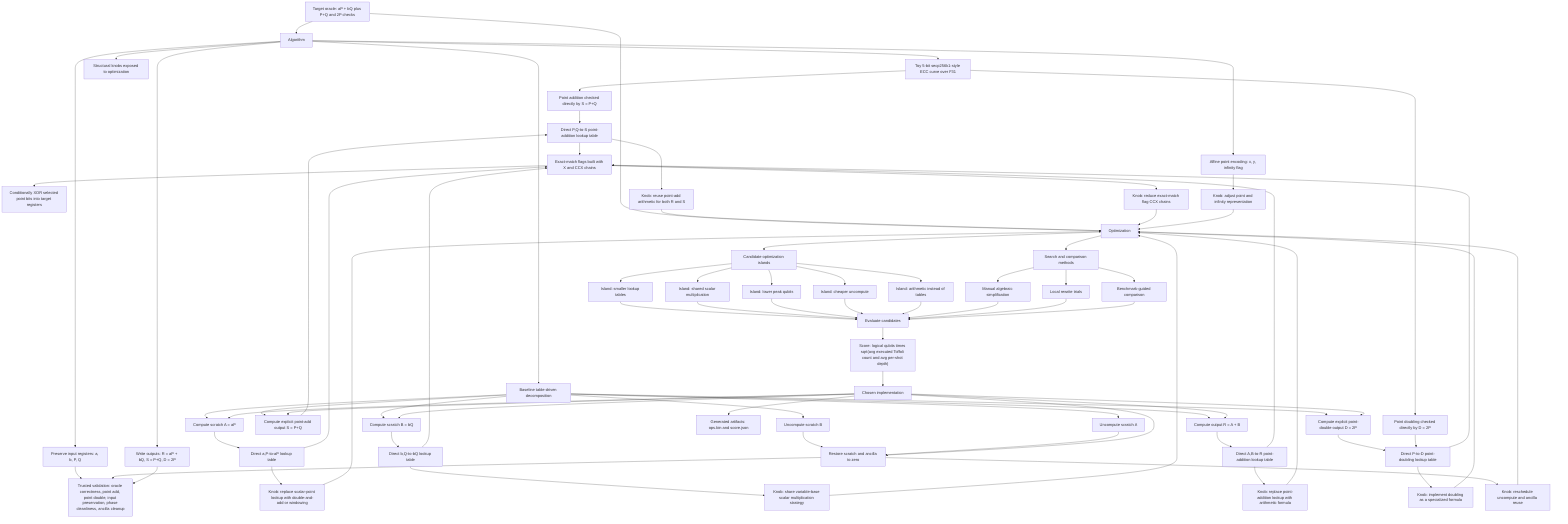
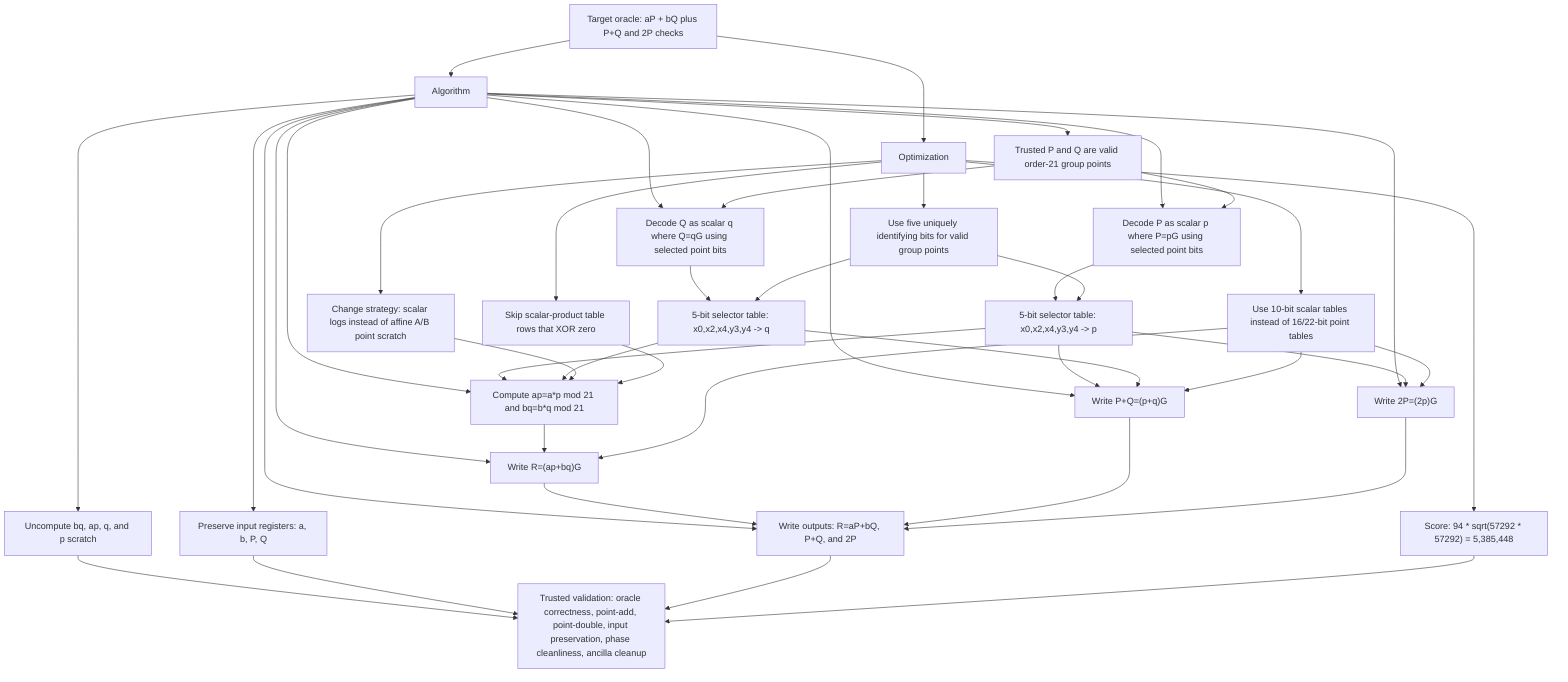
flowchart TD
  Target["Target oracle: aP + bQ plus P+Q and 2P checks"]
  Algorithm["Algorithm"]
  Optimization["Optimization"]

  Target --> Algorithm
  Target --> Optimization

  Algorithm --> ABI["Preserve input registers: a, b, P, Q"]
-   Algorithm --> Output["Write outputs: R = aP + bQ, S = P+Q, D = 2P"]
-   Algorithm --> Curve["Toy 5-bit secp256k1-style ECC curve over F31"]
-   Algorithm --> Encoding["Affine point encoding: x, y, infinity flag"]
+   Algorithm --> Outputs["Write outputs: R=aP+bQ, P+Q, and 2P"]
+   Algorithm --> ValidDomain["Trusted P and Q are valid order-21 group points"]
+   Algorithm --> DecodeP["Decode P as scalar p where P=pG using selected point bits"]
+   Algorithm --> DecodeQ["Decode Q as scalar q where Q=qG using selected point bits"]
+   Algorithm --> Products["Compute ap=a*p mod 21 and bq=b*q mod 21"]
+   Algorithm --> ROut["Write R=(ap+bq)G"]
+   Algorithm --> SumOut["Write P+Q=(p+q)G"]
+   Algorithm --> DoubleOut["Write 2P=(2p)G"]
+   Algorithm --> Uncompute["Uncompute bq, ap, q, and p scratch"]

-   Algorithm --> Baseline["Baseline table-driven decomposition"]
-   Baseline --> AP["Compute scratch A = aP"]
-   Baseline --> BQ["Compute scratch B = bQ"]
-   Baseline --> Add["Compute output R = A + B"]
-   Baseline --> CheckAdd["Compute explicit point-add output S = P+Q"]
-   Baseline --> CheckDouble["Compute explicit point-double output D = 2P"]
-   Baseline --> UncomputeB["Uncompute scratch B"]
-   Baseline --> UncomputeA["Uncompute scratch A"]
+   ValidDomain --> DecodeP
+   ValidDomain --> DecodeQ
+   DecodeP --> PLog["5-bit selector table: x0,x2,x4,y3,y4 -> p"]
+   DecodeQ --> QLog["5-bit selector table: x0,x2,x4,y3,y4 -> q"]
+   PLog --> Products
+   QLog --> Products
+   Products --> ROut
+   PLog --> SumOut
+   QLog --> SumOut
+   PLog --> DoubleOut
+   ROut --> Outputs
+   SumOut --> Outputs
+   DoubleOut --> Outputs
+   Uncompute --> Validation["Trusted validation: oracle correctness, point-add, point-double, input preservation, phase cleanliness, ancilla cleanup"]
+   ABI --> Validation
+   Outputs --> Validation

-   AP --> APTable["Direct a,P-to-aP lookup table"]
-   BQ --> BQTable["Direct b,Q-to-bQ lookup table"]
-   Add --> AddTable["Direct A,B-to-R point-addition lookup table"]
-   CheckAdd --> CheckAddTable["Direct P,Q-to-S point-addition lookup table"]
-   CheckDouble --> DoubleTable["Direct P-to-D point-doubling lookup table"]
-   UncomputeB --> Cleanup["Restore scratch and ancilla to zero"]
-   UncomputeA --> Cleanup
+   Optimization --> StrategyChange["Change strategy: scalar logs instead of affine A/B point scratch"]
+   Optimization --> SelectorDecode["Use five uniquely identifying bits for valid group points"]
+   Optimization --> ZeroRows["Skip scalar-product table rows that XOR zero"]
+   Optimization --> SmallerTables["Use 10-bit scalar tables instead of 16/22-bit point tables"]
+   Optimization --> Score["Score: 94 * sqrt(57292 * 57292) = 5,385,448"]

-   APTable --> MatchFlags["Exact-match flags built with X and CCX chains"]
-   BQTable --> MatchFlags
-   AddTable --> MatchFlags
-   CheckAddTable --> MatchFlags
-   DoubleTable --> MatchFlags
-   MatchFlags --> PointXor["Conditionally XOR selected point bits into target registers"]
- 
-   Curve --> PointAddition["Point addition checked directly by S = P+Q"]
-   Curve --> PointDoubling["Point doubling checked directly by D = 2P"]
-   PointAddition --> CheckAddTable
-   PointDoubling --> DoubleTable
- 
-   ABI --> Validation["Trusted validation: oracle correctness, point add, point double, input preservation, phase cleanliness, ancilla cleanup"]
-   Cleanup --> Validation
-   Output --> Validation
- 
-   Algorithm --> Knobs["Structural knobs exposed to optimization"]
-   APTable --> K1["Knob: replace scalar-point lookup with double-and-add or windowing"]
-   BQTable --> K2["Knob: share variable-base scalar multiplication strategy"]
-   AddTable --> K3["Knob: replace point-addition lookup with arithmetic formula"]
-   CheckAddTable --> K4["Knob: reuse point-add arithmetic for both R and S"]
-   DoubleTable --> K5["Knob: implement doubling as a specialized formula"]
-   MatchFlags --> K6["Knob: reduce exact-match flag CCX chains"]
-   Cleanup --> K7["Knob: reschedule uncompute and ancilla reuse"]
-   Encoding --> K8["Knob: adjust point and infinity representation"]
- 
-   K1 --> Optimization
-   K2 --> Optimization
-   K3 --> Optimization
-   K4 --> Optimization
-   K5 --> Optimization
-   K6 --> Optimization
-   K7 --> Optimization
-   K8 --> Optimization
- 
-   Optimization --> Islands["Candidate optimization islands"]
-   Islands --> I1["Island: smaller lookup tables"]
-   Islands --> I2["Island: shared scalar multiplication"]
-   Islands --> I3["Island: lower peak qubits"]
-   Islands --> I4["Island: cheaper uncompute"]
-   Islands --> I5["Island: arithmetic instead of tables"]
- 
-   Optimization --> Methods["Search and comparison methods"]
-   Methods --> M1["Manual algebraic simplification"]
-   Methods --> M2["Local rewrite trials"]
-   Methods --> M3["Benchmark-guided comparison"]
- 
-   I1 --> Eval["Evaluate candidates"]
-   I2 --> Eval
-   I3 --> Eval
-   I4 --> Eval
-   I5 --> Eval
-   M1 --> Eval
-   M2 --> Eval
-   M3 --> Eval
- 
-   Eval --> Score["Score: logical qubits times sqrt(avg executed Toffoli count and avg per-shot depth)"]
-   Score --> Choice["Chosen implementation"]
-   Choice --> Artifact["Generated artifacts: ops.bin and score.json"]
-   Choice --> AP
-   Choice --> BQ
-   Choice --> Add
-   Choice --> CheckAdd
-   Choice --> CheckDouble
-   Choice --> Cleanup
+   StrategyChange --> Products
+   SelectorDecode --> PLog
+   SelectorDecode --> QLog
+   ZeroRows --> Products
+   SmallerTables --> ROut
+   SmallerTables --> SumOut
+   SmallerTables --> DoubleOut
+   Score --> Validation
